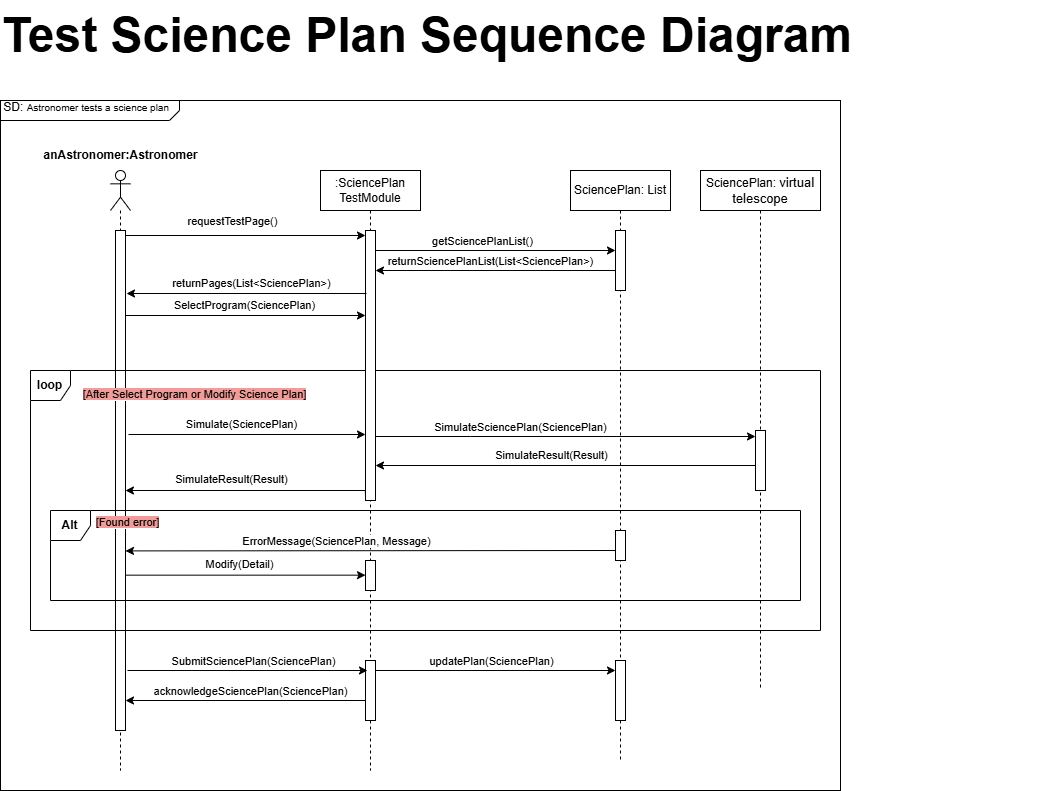
Earlier version of the draw.io export images/D3-S2.drawio.png (NithimethM/Nithimeth-2024-ITCS431-Gemini8). Source tidied: cells renumbered, new cells last; positions are measured from the earlier drawing's top-left corner, leaving out a move shared by most shapes.
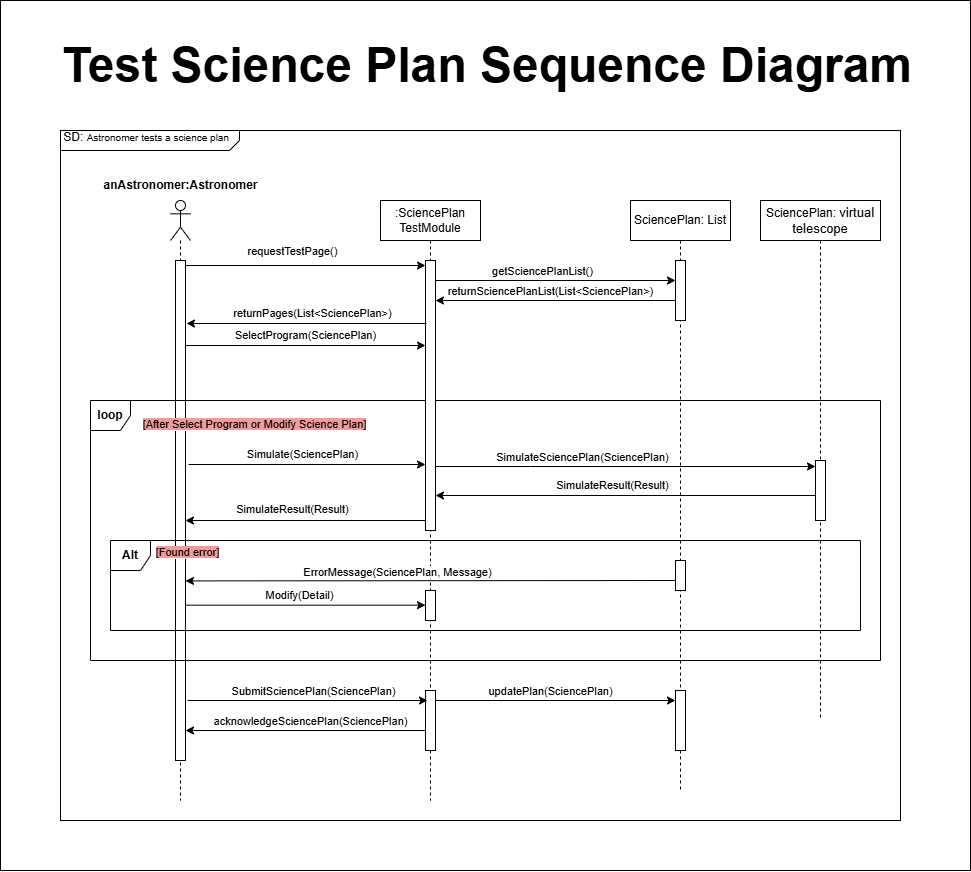
After the commit.

Change to the diagram source:
```diff
@@ -2,6 +2,9 @@
   <root>
     <mxCell id="0" />
     <mxCell id="1" parent="0" />
+    <mxCell id="50" style="rounded=0;whiteSpace=wrap;html=1;" parent="1" vertex="1">
+      <mxGeometry x="-60" y="-30" width="970" height="870" as="geometry" />
+    </mxCell>
     <mxCell id="2" value="&amp;nbsp;SD: &lt;font style=&quot;font-size: 10px;&quot;&gt;Astronomer&amp;nbsp;&lt;span style=&quot;box-sizing: border-box; margin: 0px; padding: 0px;&quot;&gt;t&lt;span style=&quot;background-color: transparent;&quot;&gt;ests&lt;/span&gt;&lt;/span&gt;&lt;span style=&quot;background-color: transparent;&quot;&gt;&amp;nbsp;a science plan&lt;/span&gt;&lt;/font&gt;&lt;div&gt;&lt;span style=&quot;background-color: transparent; color: light-dark(rgb(0, 0, 0), rgb(255, 255, 255));&quot;&gt;&lt;br&gt;&lt;/span&gt;&lt;/div&gt;" style="html=1;shape=mxgraph.sysml.package;overflow=fill;labelX=179;align=left;spacingLeft=5;verticalAlign=top;spacingTop=-3;" parent="1" vertex="1">
       <mxGeometry y="100" width="840" height="690" as="geometry" />
     </mxCell>
@@ -118,7 +121,7 @@
       </mxGeometry>
     </mxCell>
     <mxCell id="29" value="&lt;h1 style=&quot;margin-top: 0px;&quot;&gt;&lt;font style=&quot;font-size: 48px;&quot;&gt;Test Science Plan Sequence Diagram&lt;/font&gt;&lt;/h1&gt;" style="text;html=1;whiteSpace=wrap;overflow=hidden;rounded=0;" parent="1" vertex="1">
-      <mxGeometry width="1060" height="70" as="geometry" />
+      <mxGeometry width="860" height="70" as="geometry" />
     </mxCell>
     <mxCell id="30" style="edgeStyle=orthogonalEdgeStyle;rounded=0;jettySize=auto;html=1;curved=0;exitX=1;exitY=0;exitDx=0;exitDy=5;exitPerimeter=0;entryX=0;entryY=0;entryDx=0;entryDy=5;entryPerimeter=0;" parent="1" edge="1" source="4" target="17">
       <mxGeometry relative="1" as="geometry" />
```
